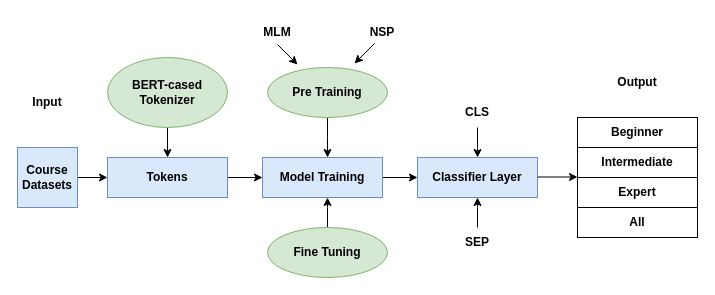
This is BERT_flowchart.drawio from katehuangishere/BERT_flowchart, a draw.io file, before an edit. Source tidied: cells renumbered, new cells numbered last; positions are measured from the earlier drawing's top-left corner, leaving out a move shared by most shapes. Both pictures are drawn from the tidied source at 100%, with x=0, y=0 at pixel (17, 17).
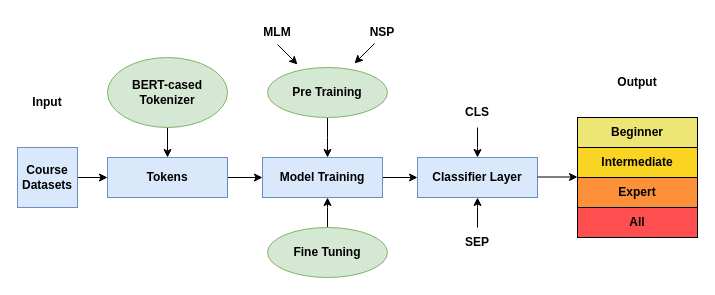
The same diagram, later.

Diff of the diagram source:
```diff
@@
-    <mxCell id="24" value="&lt;b&gt;Intermediate&lt;/b&gt;" style="rounded=0;whiteSpace=wrap;html=1;" parent="1" vertex="1">
+    <mxCell id="24" value="&lt;b&gt;Intermediate&lt;/b&gt;" style="rounded=0;whiteSpace=wrap;html=1;fillColor=#f9d423;" parent="1" vertex="1">
       <mxGeometry x="560" y="130" width="120" height="30" as="geometry" />
     </mxCell>
-    <mxCell id="25" value="&lt;b&gt;Beginner&lt;/b&gt;" style="rounded=0;whiteSpace=wrap;html=1;" parent="1" vertex="1">
+    <mxCell id="25" value="&lt;b&gt;Beginner&lt;/b&gt;" style="rounded=0;whiteSpace=wrap;html=1;gradientColor=none;fillColor=#ede574;" parent="1" vertex="1">
       <mxGeometry x="560" y="100" width="120" height="30" as="geometry" />
     </mxCell>
-    <mxCell id="26" value="&lt;b&gt;Expert&lt;/b&gt;" style="rounded=0;whiteSpace=wrap;html=1;" parent="1" vertex="1">
+    <mxCell id="26" value="&lt;b&gt;Expert&lt;/b&gt;" style="rounded=0;whiteSpace=wrap;html=1;fillColor=#fc913a;" parent="1" vertex="1">
       <mxGeometry x="560" y="160" width="120" height="30" as="geometry" />
     </mxCell>
-    <mxCell id="27" value="&lt;b&gt;All&lt;/b&gt;" style="rounded=0;whiteSpace=wrap;html=1;" parent="1" vertex="1">
+    <mxCell id="27" value="&lt;b&gt;All&lt;/b&gt;" style="rounded=0;whiteSpace=wrap;html=1;fillColor=#ff4e50;" parent="1" vertex="1">
       <mxGeometry x="560" y="190" width="120" height="30" as="geometry" />
     </mxCell>
```
